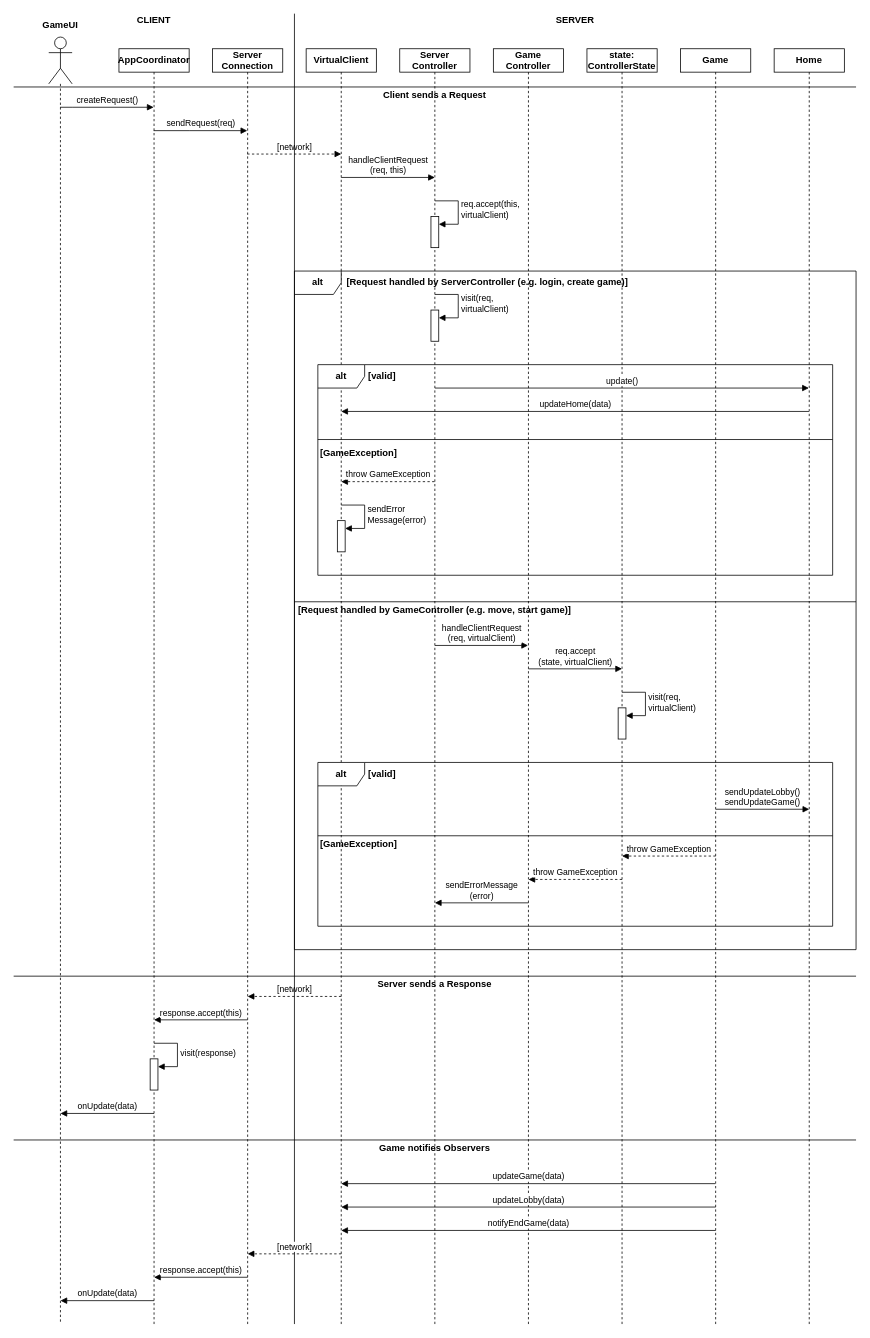
The draw.io diagram UML/network-sequence-diagram.drawio in Team-ADSL/ing-sw-2026-vitale-wu-romeoretez-vaccai, before the edit. Source tidied: cells renumbered, new cells numbered last; positions are measured from the earlier drawing's top-left corner, leaving out a move shared by most shapes. Both pictures are drawn from the tidied source at 78%, with x=0, y=0 at pixel (13, 13).
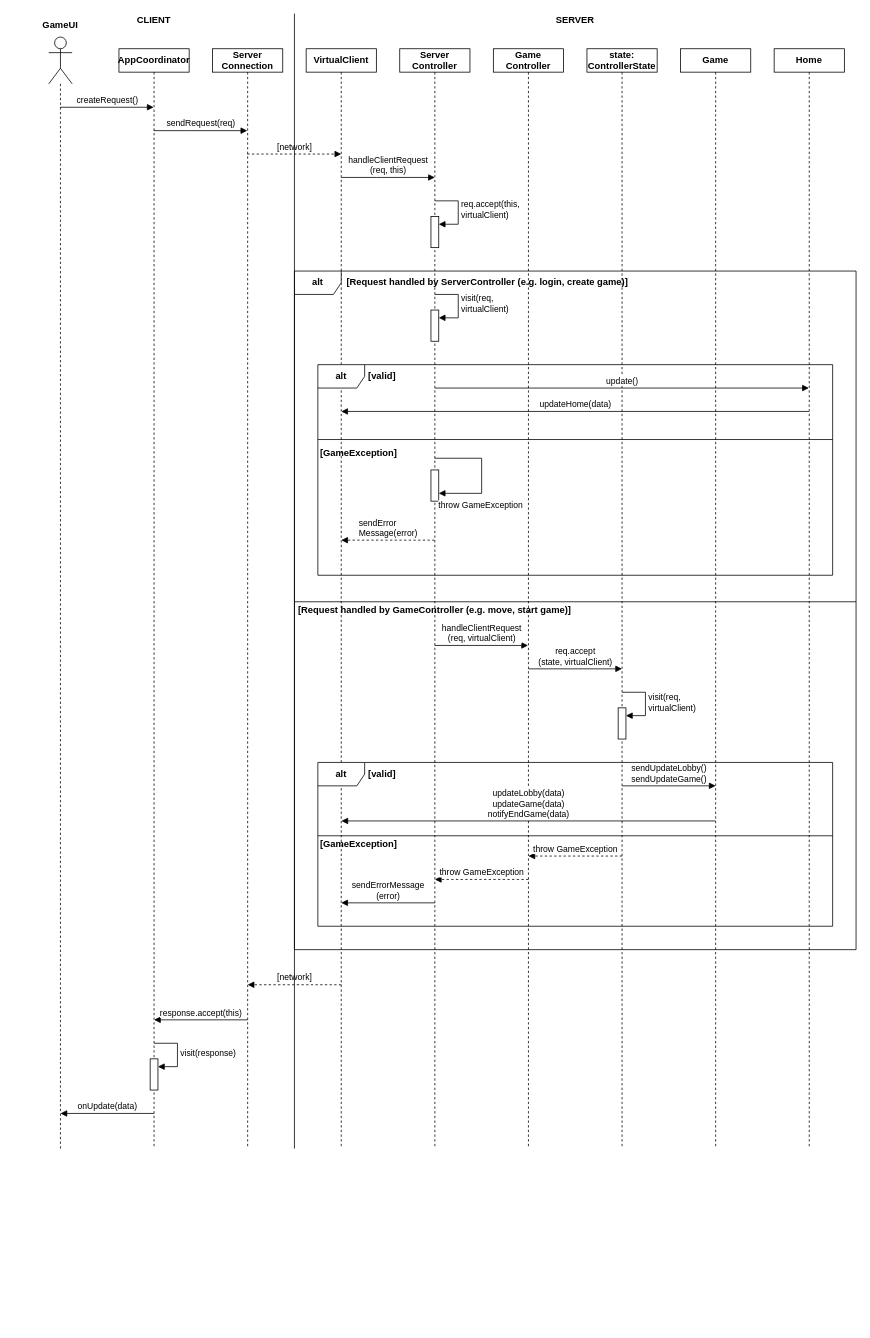
After the change.

Commit message (it also covers changes not shown here):
uml: updated sequence diagram.

What changed in the source:
```diff
@@
     <mxCell id="2" style="shape=umlLifeline;perimeter=lifelinePerimeter;whiteSpace=wrap;html=1;outlineConnect=0;portConstraint=eastwest;newEdgeStyle={&quot;curved&quot;:0,&quot;rounded&quot;:0};participant=umlActor;size=60;" parent="1" vertex="1">
-      <mxGeometry x="45" y="30" width="30" height="1650" as="geometry" />
+      <mxGeometry x="45" y="30" width="30" height="1425" as="geometry" />
     </mxCell>
@@
     <mxCell id="4" value="&lt;b&gt;AppCoordinator&lt;/b&gt;" style="shape=umlLifeline;perimeter=lifelinePerimeter;whiteSpace=wrap;html=1;outlineConnect=0;portConstraint=eastwest;newEdgeStyle={&quot;curved&quot;:0,&quot;rounded&quot;:0};size=30;" parent="1" vertex="1">
-      <mxGeometry x="135" y="45" width="90" height="1635" as="geometry" />
+      <mxGeometry x="135" y="45" width="90" height="1410" as="geometry" />
     </mxCell>
@@
     <mxCell id="7" value="&lt;b&gt;Server&lt;/b&gt;&lt;div&gt;&lt;b&gt;Connection&lt;/b&gt;&lt;/div&gt;" style="shape=umlLifeline;perimeter=lifelinePerimeter;whiteSpace=wrap;html=1;outlineConnect=0;portConstraint=eastwest;newEdgeStyle={&quot;curved&quot;:0,&quot;rounded&quot;:0};size=30;" parent="1" vertex="1">
-      <mxGeometry x="255" y="45" width="90" height="1635" as="geometry" />
+      <mxGeometry x="255" y="45" width="90" height="1410" as="geometry" />
     </mxCell>
     <mxCell id="8" value="&lt;div&gt;&lt;b&gt;VirtualClient&lt;/b&gt;&lt;/div&gt;" style="shape=umlLifeline;perimeter=lifelinePerimeter;whiteSpace=wrap;html=1;newEdgeStyle={&quot;curved&quot;:0,&quot;rounded&quot;:0};size=30;" parent="1" vertex="1">
-      <mxGeometry x="375" y="45" width="90" height="1635" as="geometry" />
+      <mxGeometry x="375" y="45" width="90" height="1410" as="geometry" />
     </mxCell>
-    <mxCell id="9" style="html=1;points=[[0,0,0,0,5],[0,1,0,0,-5],[1,0,0,0,5],[1,1,0,0,-5]];perimeter=orthogonalPerimeter;outlineConnect=0;targetShapes=umlLifeline;portConstraint=eastwest;newEdgeStyle={&quot;curved&quot;:0,&quot;rounded&quot;:0};" parent="8" vertex="1">
-      <mxGeometry x="40" y="605" width="10" height="40" as="geometry" />
-    </mxCell>
-    <mxCell id="10" value="&lt;div&gt;sendError&lt;/div&gt;&lt;div&gt;Message&lt;span style=&quot;background-color: light-dark(#ffffff, var(--ge-dark-color, #121212)); color: light-dark(rgb(0, 0, 0), rgb(255, 255, 255));&quot;&gt;(error)&lt;/span&gt;&lt;/div&gt;" style="html=1;align=left;spacingLeft=2;endArrow=block;rounded=0;edgeStyle=orthogonalEdgeStyle;curved=0;rounded=0;" parent="8" edge="1" target="9">
-      <mxGeometry relative="1" as="geometry">
-        <mxPoint x="45" y="585" as="sourcePoint" />
-        <Array as="points">
-          <mxPoint x="75" y="615" />
-        </Array>
-      </mxGeometry>
-    </mxCell>
@@
     <mxCell id="13" value="&lt;div&gt;&lt;b&gt;Server&lt;/b&gt;&lt;/div&gt;&lt;div&gt;&lt;b&gt;Controller&lt;/b&gt;&lt;/div&gt;" style="shape=umlLifeline;perimeter=lifelinePerimeter;whiteSpace=wrap;html=1;outlineConnect=0;portConstraint=eastwest;newEdgeStyle={&quot;curved&quot;:0,&quot;rounded&quot;:0};size=30;" parent="1" vertex="1">
-      <mxGeometry x="495" y="45" width="90" height="1635" as="geometry" />
+      <mxGeometry x="495" y="45" width="90" height="1410" as="geometry" />
     </mxCell>
@@
+    <mxCell id="9" style="html=1;points=[[0,0,0,0,5],[0,1,0,0,-5],[1,0,0,0,5],[1,1,0,0,-5]];perimeter=orthogonalPerimeter;outlineConnect=0;targetShapes=umlLifeline;portConstraint=eastwest;newEdgeStyle={&quot;curved&quot;:0,&quot;rounded&quot;:0};" parent="13" vertex="1">
+      <mxGeometry x="40" y="540" width="10" height="40" as="geometry" />
+    </mxCell>
+    <mxCell id="10" value="throw GameException" style="html=1;align=left;spacingLeft=2;endArrow=block;rounded=0;edgeStyle=orthogonalEdgeStyle;curved=0;rounded=0;" parent="13" edge="1" source="13" target="9">
+      <mxGeometry x="1" y="16" relative="1" as="geometry">
+        <Array as="points">
+          <mxPoint x="105" y="525" />
+          <mxPoint x="105" y="570" />
+        </Array>
+        <mxPoint x="-4" y="-1" as="offset" />
+      </mxGeometry>
+    </mxCell>
     <mxCell id="18" value="&lt;div&gt;&lt;b&gt;Game&lt;/b&gt;&lt;/div&gt;&lt;div&gt;&lt;b&gt;Controller&lt;/b&gt;&lt;/div&gt;" style="shape=umlLifeline;perimeter=lifelinePerimeter;whiteSpace=wrap;html=1;outlineConnect=0;portConstraint=eastwest;newEdgeStyle={&quot;curved&quot;:0,&quot;rounded&quot;:0};size=30;" parent="1" vertex="1">
-      <mxGeometry x="615" y="45" width="90" height="1635" as="geometry" />
+      <mxGeometry x="615" y="45" width="90" height="1410" as="geometry" />
     </mxCell>
     <mxCell id="19" value="&lt;div&gt;&lt;b&gt;state: ControllerState&lt;/b&gt;&lt;/div&gt;" style="shape=umlLifeline;perimeter=lifelinePerimeter;whiteSpace=wrap;html=1;newEdgeStyle={&quot;curved&quot;:0,&quot;rounded&quot;:0};size=30;" parent="1" vertex="1">
-      <mxGeometry x="735" y="45" width="90" height="1635" as="geometry" />
+      <mxGeometry x="735" y="45" width="90" height="1410" as="geometry" />
     </mxCell>
     <mxCell id="20" value="&lt;div&gt;&lt;b&gt;Game&lt;/b&gt;&lt;/div&gt;" style="shape=umlLifeline;perimeter=lifelinePerimeter;whiteSpace=wrap;html=1;outlineConnect=0;portConstraint=eastwest;newEdgeStyle={&quot;curved&quot;:0,&quot;rounded&quot;:0};size=30;" parent="1" vertex="1">
-      <mxGeometry x="855" y="45" width="90" height="1635" as="geometry" />
+      <mxGeometry x="855" y="45" width="90" height="1410" as="geometry" />
     </mxCell>
     <mxCell id="21" value="&lt;div&gt;&lt;b&gt;Home&lt;/b&gt;&lt;/div&gt;" style="shape=umlLifeline;perimeter=lifelinePerimeter;whiteSpace=wrap;html=1;outlineConnect=0;portConstraint=eastwest;newEdgeStyle={&quot;curved&quot;:0,&quot;rounded&quot;:0};size=30;" parent="1" vertex="1">
-      <mxGeometry x="975" y="45" width="90" height="1635" as="geometry" />
+      <mxGeometry x="975" y="45" width="90" height="1410" as="geometry" />
     </mxCell>
@@
-    <mxCell id="32" value="&lt;div&gt;throw GameException&lt;/div&gt;" style="html=1;verticalAlign=bottom;endArrow=block;curved=0;rounded=0;dashed=1;" parent="1" edge="1" source="13">
+    <mxCell id="32" value="&lt;div style=&quot;text-align: left;&quot;&gt;sendError&lt;/div&gt;&lt;div style=&quot;text-align: left;&quot;&gt;Message&lt;span style=&quot;color: light-dark(rgb(0, 0, 0), rgb(255, 255, 255));&quot;&gt;(error)&lt;/span&gt;&lt;/div&gt;" style="html=1;verticalAlign=bottom;endArrow=block;curved=0;rounded=0;dashed=1;" parent="1" edge="1">
       <mxGeometry relative="1" as="geometry">
-        <mxPoint x="420" y="600" as="targetPoint" />
+        <mxPoint x="539.5" y="675" as="sourcePoint" />
+        <mxPoint x="420" y="675" as="targetPoint" />
       </mxGeometry>
     </mxCell>
@@
-    <mxCell id="42" value="&lt;div&gt;sendUpdateLobby()&lt;/div&gt;&lt;div&gt;&lt;div&gt;sendUpdateGame()&lt;/div&gt;&lt;/div&gt;" style="html=1;verticalAlign=bottom;endArrow=block;curved=0;rounded=0;" parent="1" edge="1">
-      <mxGeometry relative="1" as="geometry">
-        <mxPoint x="900" y="1020" as="sourcePoint" />
-        <mxPoint x="1020" y="1020" as="targetPoint" />
-      </mxGeometry>
-    </mxCell>
@@
-    <mxCell id="44" value="&lt;div&gt;throw GameException&lt;/div&gt;" style="html=1;verticalAlign=bottom;endArrow=block;curved=0;rounded=0;dashed=1;" parent="1" edge="1">
-      <mxGeometry relative="1" as="geometry">
-        <mxPoint x="900" y="1080" as="sourcePoint" />
-        <mxPoint x="780" y="1080" as="targetPoint" />
-      </mxGeometry>
-    </mxCell>
     <mxCell id="45" value="&lt;div&gt;throw GameException&lt;/div&gt;" style="html=1;verticalAlign=bottom;endArrow=block;curved=0;rounded=0;dashed=1;" parent="1" edge="1">
       <mxGeometry relative="1" as="geometry">
-        <mxPoint x="780" y="1110" as="sourcePoint" />
-        <mxPoint x="660" y="1110" as="targetPoint" />
+        <mxPoint x="660" y="1110" as="sourcePoint" />
+        <mxPoint x="540" y="1110" as="targetPoint" />
       </mxGeometry>
     </mxCell>
     <mxCell id="46" value="&lt;div&gt;sendErrorMessage&lt;/div&gt;&lt;div&gt;(error)&lt;/div&gt;" style="html=1;verticalAlign=bottom;endArrow=block;curved=0;rounded=0;" parent="1" edge="1">
       <mxGeometry relative="1" as="geometry">
-        <mxPoint x="660" y="1140" as="sourcePoint" />
-        <mxPoint x="540" y="1140" as="targetPoint" />
+        <mxPoint x="540" y="1140" as="sourcePoint" />
+        <mxPoint x="420" y="1140" as="targetPoint" />
       </mxGeometry>
     </mxCell>
-    <mxCell id="47" style="line;strokeWidth=1;fillColor=none;align=left;verticalAlign=middle;spacingTop=-1;spacingLeft=3;spacingRight=3;labelPosition=right;strokeColor=inherit;" parent="1" vertex="1">
-      <mxGeometry y="90" width="1080" height="8" as="geometry" />
-    </mxCell>
-    <mxCell id="48" value="&lt;div&gt;&lt;b&gt;Client sends a Request&lt;/b&gt;&lt;/div&gt;" style="text;html=1;whiteSpace=wrap;strokeColor=none;fillColor=none;align=center;verticalAlign=middle;rounded=0;" parent="1" vertex="1">
-      <mxGeometry x="300" y="90" width="480" height="30" as="geometry" />
-    </mxCell>
-    <mxCell id="49" style="line;strokeWidth=1;fillColor=none;align=left;verticalAlign=middle;spacingTop=-1;spacingLeft=3;spacingRight=3;labelPosition=right;strokeColor=inherit;" parent="1" vertex="1">
-      <mxGeometry y="1230" width="1080" height="8" as="geometry" />
-    </mxCell>
-    <mxCell id="50" value="&lt;div&gt;&lt;b&gt;Server sends a Response&lt;/b&gt;&lt;/div&gt;" style="text;html=1;whiteSpace=wrap;strokeColor=none;fillColor=none;align=center;verticalAlign=middle;rounded=0;" parent="1" vertex="1">
-      <mxGeometry x="300" y="1230" width="480" height="30" as="geometry" />
-    </mxCell>
-    <mxCell id="51" value="&lt;div&gt;[network]&lt;/div&gt;" style="html=1;verticalAlign=bottom;endArrow=block;curved=0;rounded=0;exitX=0;exitY=1;exitDx=0;exitDy=0;entryX=0;entryY=1;entryDx=0;entryDy=0;dashed=1;" parent="1" edge="1" target="50">
+    <mxCell id="51" value="&lt;div&gt;[network]&lt;/div&gt;" style="html=1;verticalAlign=bottom;endArrow=block;curved=0;rounded=0;exitX=0;exitY=1;exitDx=0;exitDy=0;entryX=0;entryY=1;entryDx=0;entryDy=0;dashed=1;" parent="1" edge="1">
       <mxGeometry relative="1" as="geometry">
-        <mxPoint x="420" y="1260" as="sourcePoint" />
+        <mxPoint x="420" y="1245" as="sourcePoint" />
+        <mxPoint x="300" y="1245" as="targetPoint" />
       </mxGeometry>
     </mxCell>
     <mxCell id="52" style="endArrow=none;html=1;rounded=0;" parent="1" edge="1">
       <mxGeometry relative="1" as="geometry">
-        <mxPoint x="360" y="1680" as="sourcePoint" />
+        <mxPoint x="360" y="1455" as="sourcePoint" />
         <mxPoint x="360" as="targetPoint" />
       </mxGeometry>
     </mxCell>
@@
-    <mxCell id="57" style="line;strokeWidth=1;fillColor=none;align=left;verticalAlign=middle;spacingTop=-1;spacingLeft=3;spacingRight=3;labelPosition=right;strokeColor=inherit;" parent="1" vertex="1">
-      <mxGeometry y="1440" width="1080" height="8" as="geometry" />
-    </mxCell>
-    <mxCell id="58" value="&lt;div&gt;&lt;b&gt;Game notifies Observers&lt;/b&gt;&lt;/div&gt;" style="text;html=1;whiteSpace=wrap;strokeColor=none;fillColor=none;align=center;verticalAlign=middle;rounded=0;" parent="1" vertex="1">
-      <mxGeometry x="300" y="1440" width="480" height="30" as="geometry" />
-    </mxCell>
-    <mxCell id="59" value="&lt;div&gt;updateGame(data)&lt;/div&gt;" style="html=1;verticalAlign=bottom;endArrow=block;curved=0;rounded=0;" parent="1" edge="1" source="20">
+    <mxCell id="59" value="&lt;div&gt;&lt;span style=&quot;background-color: light-dark(#ffffff, var(--ge-dark-color, #121212)); color: light-dark(rgb(0, 0, 0), rgb(255, 255, 255));&quot;&gt;updateLobby(data)&lt;/span&gt;&lt;/div&gt;&lt;div&gt;updateGame(data)&lt;/div&gt;&lt;div&gt;notifyEndGame(data)&lt;/div&gt;" style="html=1;verticalAlign=bottom;endArrow=block;curved=0;rounded=0;" parent="1" edge="1">
       <mxGeometry relative="1" as="geometry">
-        <mxPoint x="420" y="1500" as="targetPoint" />
+        <mxPoint x="899.8" y="1035" as="sourcePoint" />
+        <mxPoint x="420.2" y="1035" as="targetPoint" />
       </mxGeometry>
     </mxCell>
-    <mxCell id="60" value="&lt;div&gt;updateLobby(data)&lt;/div&gt;" style="html=1;verticalAlign=bottom;endArrow=block;curved=0;rounded=0;" parent="1" edge="1">
-      <mxGeometry relative="1" as="geometry">
-        <mxPoint x="900" y="1530" as="sourcePoint" />
-        <mxPoint x="420" y="1530" as="targetPoint" />
-      </mxGeometry>
-    </mxCell>
-    <mxCell id="61" value="&lt;div&gt;notifyEndGame(data)&lt;/div&gt;" style="html=1;verticalAlign=bottom;endArrow=block;curved=0;rounded=0;" parent="1" edge="1">
-      <mxGeometry relative="1" as="geometry">
-        <mxPoint x="900" y="1560" as="sourcePoint" />
-        <mxPoint x="420" y="1560" as="targetPoint" />
-      </mxGeometry>
-    </mxCell>
-    <mxCell id="62" value="&lt;div&gt;[network]&lt;/div&gt;" style="html=1;verticalAlign=bottom;endArrow=block;curved=0;rounded=0;exitX=0;exitY=1;exitDx=0;exitDy=0;entryX=0;entryY=1;entryDx=0;entryDy=0;dashed=1;" parent="1" edge="1">
-      <mxGeometry relative="1" as="geometry">
-        <mxPoint x="420" y="1590" as="sourcePoint" />
-        <mxPoint x="300" y="1590" as="targetPoint" />
-      </mxGeometry>
-    </mxCell>
-    <mxCell id="63" value="&lt;div&gt;response.accept(this)&lt;/div&gt;" style="html=1;verticalAlign=bottom;endArrow=block;curved=0;rounded=0;exitX=0;exitY=1;exitDx=0;exitDy=0;entryX=0;entryY=1;entryDx=0;entryDy=0;" parent="1" edge="1">
-      <mxGeometry relative="1" as="geometry">
-        <mxPoint x="300" y="1620" as="sourcePoint" />
-        <mxPoint x="180" y="1620" as="targetPoint" />
-      </mxGeometry>
-    </mxCell>
-    <mxCell id="64" value="&lt;div&gt;onUpdate(data)&lt;/div&gt;" style="html=1;verticalAlign=bottom;endArrow=block;curved=0;rounded=0;exitX=0;exitY=1;exitDx=0;exitDy=0;entryX=0;entryY=1;entryDx=0;entryDy=0;" parent="1" edge="1">
-      <mxGeometry relative="1" as="geometry">
-        <mxPoint x="180" y="1650" as="sourcePoint" />
-        <mxPoint x="60" y="1650" as="targetPoint" />
-      </mxGeometry>
-    </mxCell>
+    <mxCell id="42" value="&lt;div&gt;sendUpdateLobby()&lt;/div&gt;&lt;div&gt;sendUpdateGame()&lt;/div&gt;" style="html=1;verticalAlign=bottom;endArrow=block;curved=0;rounded=0;" parent="1" edge="1">
+      <mxGeometry relative="1" as="geometry">
+        <mxPoint x="780" y="990" as="sourcePoint" />
+        <mxPoint x="900" y="990" as="targetPoint" />
+      </mxGeometry>
+    </mxCell>
+    <mxCell id="44" value="&lt;div&gt;throw GameException&lt;/div&gt;" style="html=1;verticalAlign=bottom;endArrow=block;curved=0;rounded=0;dashed=1;" parent="1" edge="1">
+      <mxGeometry relative="1" as="geometry">
+        <mxPoint x="780" y="1080" as="sourcePoint" />
+        <mxPoint x="660" y="1080" as="targetPoint" />
+      </mxGeometry>
+    </mxCell>
```
